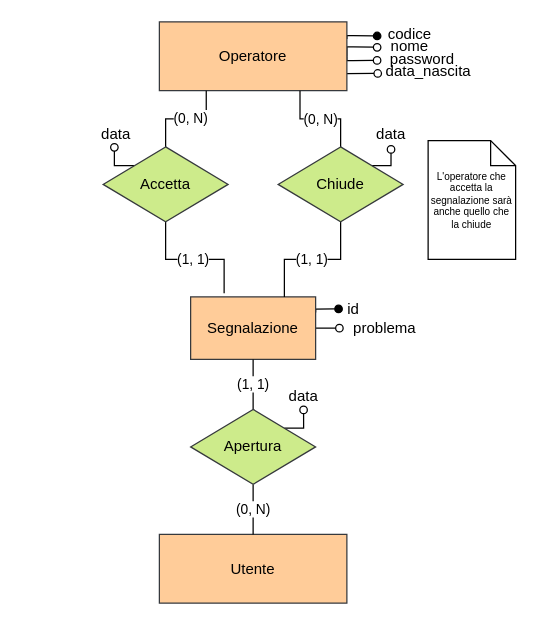
Before: page "Segnalazioni" (5 of 10) of db.drawio in alemazzo/CloudStoreDB, a draw.io diagram. Source tidied: cells renumbered, new cells numbered last; positions are measured from the earlier drawing's top-left corner, leaving out a move shared by most shapes. Both pictures are drawn from the tidied source at 125%, with x=0, y=0 at pixel (90, 21).
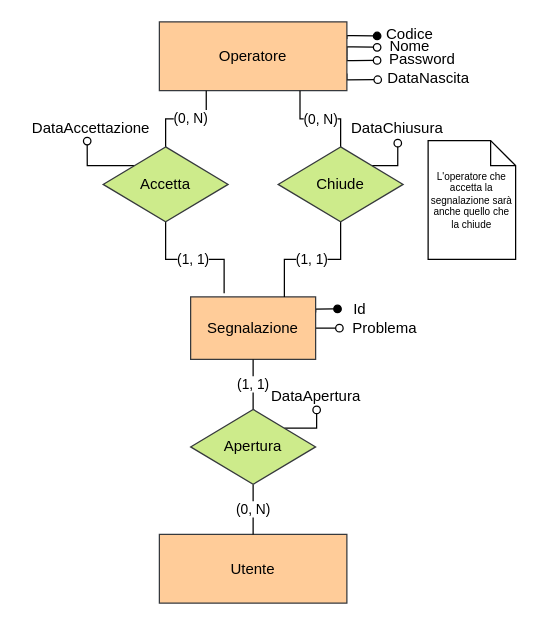
The same diagram, later.

Unchanged cells that the change refers to:
```xml
<mxCell id="12" value="Operatore" style="whiteSpace=wrap;html=1;align=center;fillColor=#ffcc99;strokeColor=#36393d;" parent="1" vertex="1">
  <mxGeometry x="55" width="150" height="55" as="geometry" />
</mxCell>
<mxCell id="21" value="Accetta" style="shape=rhombus;perimeter=rhombusPerimeter;whiteSpace=wrap;html=1;align=center;fillColor=#cdeb8b;strokeColor=#36393d;" parent="1" vertex="1">
  <mxGeometry x="10" y="100" width="100" height="60" as="geometry" />
</mxCell>
<mxCell id="32" value="Apertura" style="shape=rhombus;perimeter=rhombusPerimeter;whiteSpace=wrap;html=1;align=center;fillColor=#cdeb8b;strokeColor=#36393d;" parent="1" vertex="1">
  <mxGeometry x="80" y="310" width="100" height="60" as="geometry" />
</mxCell>
```

What changed in the source:
```diff
@@
-    <mxCell id="5" value="id" style="text;html=1;align=center;verticalAlign=middle;points=[];strokeColor=none;" parent="1" vertex="1">
-      <mxGeometry x="200" y="220" width="20" height="20" as="geometry" />
+    <mxCell id="5" value="Id" style="text;html=1;align=center;verticalAlign=middle;points=[];strokeColor=none;" parent="1" vertex="1">
+      <mxGeometry x="200" y="220" width="30" height="20" as="geometry" />
     </mxCell>
-    <mxCell id="6" value="data" style="text;html=1;align=center;verticalAlign=middle;points=[];strokeColor=none;" parent="1" vertex="1">
-      <mxGeometry x="150" y="290" width="40" height="20" as="geometry" />
+    <mxCell id="6" value="DataApertura" style="text;html=1;align=center;verticalAlign=middle;points=[];strokeColor=none;" parent="1" vertex="1">
+      <mxGeometry x="135" y="290" width="90" height="20" as="geometry" />
     </mxCell>
-    <mxCell id="7" value="problema" style="text;html=1;align=center;verticalAlign=middle;points=[];strokeColor=none;" parent="1" vertex="1">
+    <mxCell id="7" value="Problema" style="text;html=1;align=center;verticalAlign=middle;points=[];strokeColor=none;" parent="1" vertex="1">
       <mxGeometry x="200" y="235" width="70" height="20" as="geometry" />
     </mxCell>
@@
     <mxCell id="11" style="edgeStyle=orthogonalEdgeStyle;rounded=0;jettySize=auto;html=1;exitX=1;exitY=0.75;exitDx=0;exitDy=0;entryX=-0.004;entryY=0.564;entryDx=0;entryDy=0;entryPerimeter=0;endArrow=oval;endFill=0;" parent="1" edge="1" source="12" target="16">
       <mxGeometry relative="1" as="geometry">
         <Array as="points">
-          <mxPoint x="230" y="41" />
+          <mxPoint x="205" y="46" />
         </Array>
       </mxGeometry>
     </mxCell>
@@
-    <mxCell id="13" value="codice" style="text;html=1;align=center;verticalAlign=middle;points=[];strokeColor=none;" parent="1" vertex="1">
+    <mxCell id="13" value="Codice" style="text;html=1;align=center;verticalAlign=middle;points=[];strokeColor=none;" parent="1" vertex="1">
       <mxGeometry x="230" width="50" height="20" as="geometry" />
     </mxCell>
-    <mxCell id="14" value="nome" style="text;html=1;align=center;verticalAlign=middle;points=[];strokeColor=none;" parent="1" vertex="1">
+    <mxCell id="14" value="Nome" style="text;html=1;align=center;verticalAlign=middle;points=[];strokeColor=none;" parent="1" vertex="1">
       <mxGeometry x="230" y="10" width="50" height="20" as="geometry" />
     </mxCell>
-    <mxCell id="15" value="password" style="text;html=1;align=center;verticalAlign=middle;points=[];strokeColor=none;" parent="1" vertex="1">
+    <mxCell id="15" value="Password" style="text;html=1;align=center;verticalAlign=middle;points=[];strokeColor=none;" parent="1" vertex="1">
       <mxGeometry x="230" y="20" width="70" height="20" as="geometry" />
     </mxCell>
-    <mxCell id="16" value="data_nascita" style="text;html=1;align=center;verticalAlign=middle;points=[];strokeColor=none;" parent="1" vertex="1">
-      <mxGeometry x="230" y="30" width="80" height="20" as="geometry" />
+    <mxCell id="16" value="DataNascita" style="text;html=1;align=center;verticalAlign=middle;points=[];strokeColor=none;" parent="1" vertex="1">
+      <mxGeometry x="230" y="35" width="80" height="20" as="geometry" />
     </mxCell>
@@
     <mxCell id="20" style="edgeStyle=orthogonalEdgeStyle;rounded=0;jettySize=auto;html=1;exitX=0;exitY=0;exitDx=0;exitDy=0;entryX=0.475;entryY=1.017;entryDx=0;entryDy=0;entryPerimeter=0;endArrow=oval;endFill=0;" parent="1" edge="1" source="21" target="26">
-      <mxGeometry relative="1" as="geometry" />
+      <mxGeometry relative="1" as="geometry">
+        <Array as="points">
+          <mxPoint x="-3" y="115" />
+        </Array>
+      </mxGeometry>
     </mxCell>
@@
-    <mxCell id="26" value="data" style="text;html=1;align=center;verticalAlign=middle;points=[];strokeColor=none;" parent="1" vertex="1">
-      <mxGeometry y="80" width="40" height="20" as="geometry" />
+    <mxCell id="26" value="DataAccettazione" style="text;html=1;align=center;verticalAlign=middle;points=[];strokeColor=none;" parent="1" vertex="1">
+      <mxGeometry x="-55" y="75" width="110" height="20" as="geometry" />
     </mxCell>
-    <mxCell id="27" value="data" style="text;html=1;align=center;verticalAlign=middle;points=[];strokeColor=none;" parent="1" vertex="1">
-      <mxGeometry x="220" y="80" width="40" height="20" as="geometry" />
+    <mxCell id="27" value="DataChiusura" style="text;html=1;align=center;verticalAlign=middle;points=[];strokeColor=none;" parent="1" vertex="1">
+      <mxGeometry x="200" y="75" width="90" height="20" as="geometry" />
     </mxCell>
@@
     <mxCell id="31" style="edgeStyle=orthogonalEdgeStyle;rounded=0;jettySize=auto;html=1;exitX=1;exitY=0;exitDx=0;exitDy=0;entryX=0.509;entryY=1.022;entryDx=0;entryDy=0;entryPerimeter=0;fontSize=8;endArrow=oval;endFill=0;" parent="1" edge="1" source="32" target="6">
       <mxGeometry relative="1" as="geometry">
         <Array as="points">
-          <mxPoint x="170" y="325" />
+          <mxPoint x="181" y="325" />
         </Array>
       </mxGeometry>
     </mxCell>
```
